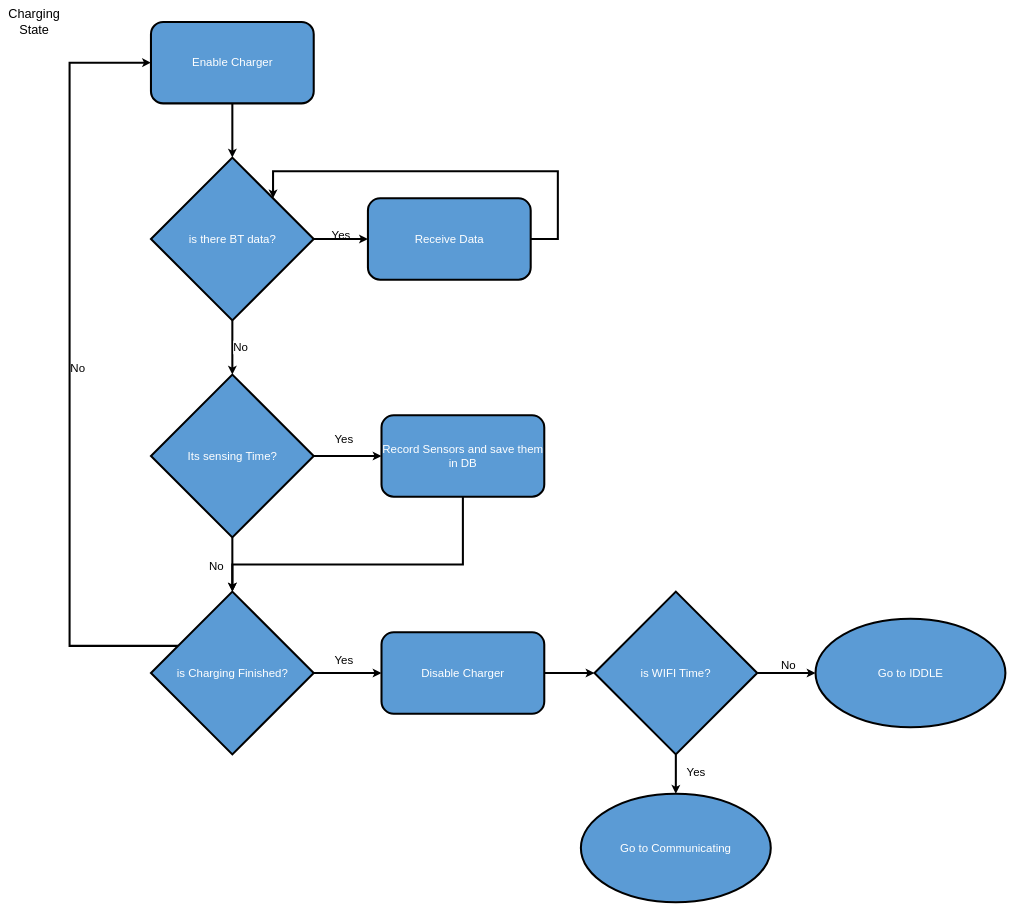
tlondero/Dise-o keeps this draw.io diagram as Utils/Drawio/Diagramas de flujo/Diagrama_de_flujo_charging.drawio. Above is the earlier version. Source tidied: cells renumbered, new cells numbered last; positions are measured from the earlier drawing's top-left corner, leaving out a move shared by most shapes. Both pictures are drawn from the tidied source at 41%, with x=0, y=0 at pixel (7, 8).
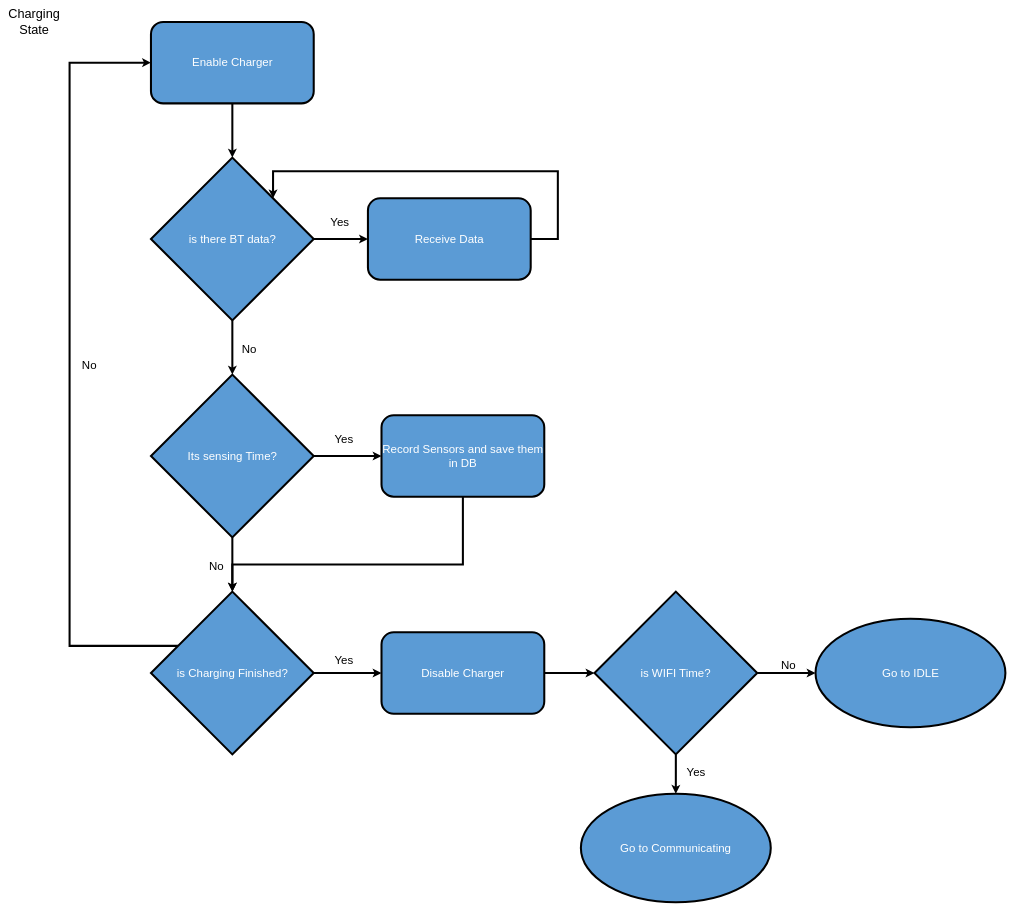
Above is the later version.

Commit message (it also covers changes not shown here):
IDDLE por IDLE

Unchanged cells that the change refers to:
```xml
<mxCell id="3" style="group;strokeWidth=5;fontSize=28;" parent="1" vertex="1">
  <mxGeometry width="2434.7" height="2180" as="geometry" />
</mxCell>
<mxCell id="5" value="Enable Charger" style="rounded=1;whiteSpace=wrap;html=1;fillColor=#5B9BD5;fontColor=#FFFFFF;strokeWidth=5;fontSize=28;" parent="3" vertex="1">
  <mxGeometry x="350.7" y="33.1" width="397" height="198.5" as="geometry" />
</mxCell>
<mxCell id="7" value="&lt;font style=&quot;font-size: 28px;&quot;&gt;is Charging Finished?&lt;/font&gt;" style="rhombus;whiteSpace=wrap;html=1;fillColor=#5B9BD5;fontColor=#FFFFFF;strokeWidth=5;fontSize=28;" parent="3" vertex="1">
  <mxGeometry x="350.7" y="1422.5" width="397" height="397" as="geometry" />
</mxCell>
<mxCell id="8" value="&lt;font style=&quot;font-size: 28px;&quot;&gt;is there BT data?&lt;/font&gt;" style="rhombus;whiteSpace=wrap;html=1;fillColor=#5B9BD5;fontColor=#FFFFFF;strokeWidth=5;fontSize=28;" parent="3" vertex="1">
  <mxGeometry x="350.7" y="363.9" width="397" height="397" as="geometry" />
</mxCell>
<mxCell id="11" value="Receive Data" style="rounded=1;whiteSpace=wrap;html=1;fillColor=#5B9BD5;fontColor=#FFFFFF;strokeWidth=5;fontSize=28;" parent="3" vertex="1">
  <mxGeometry x="879.9" y="463.1" width="397" height="198.5" as="geometry" />
</mxCell>
<mxCell id="22" value="Its sensing Time?" style="rhombus;whiteSpace=wrap;html=1;fillColor=#5B9BD5;fontColor=#FFFFFF;strokeWidth=5;fontSize=28;" parent="3" vertex="1">
  <mxGeometry x="350.7" y="893.2" width="397" height="397" as="geometry" />
</mxCell>
```

What changed in the source:
```diff
@@
     <mxCell id="6" value="No" style="edgeStyle=orthogonalEdgeStyle;rounded=0;jettySize=auto;html=1;entryX=0;entryY=0.5;entryDx=0;entryDy=0;labelBackgroundColor=none;strokeWidth=5;fontSize=28;" parent="3" edge="1" source="7" target="5">
-      <mxGeometry y="-20" relative="1" as="geometry">
+      <mxGeometry x="0.01" y="-48" relative="1" as="geometry">
         <Array as="points">
           <mxPoint x="152.2" y="1554.8" />
           <mxPoint x="152.2" y="132.3" />
         </Array>
+        <mxPoint y="1" as="offset" />
       </mxGeometry>
     </mxCell>
@@
     <mxCell id="12" value="Yes" style="edgeStyle=orthogonalEdgeStyle;rounded=0;jettySize=auto;html=1;labelBackgroundColor=none;strokeWidth=5;fontSize=28;" parent="3" edge="1" source="8" target="11">
-      <mxGeometry y="10" relative="1" as="geometry" />
+      <mxGeometry x="-0.06" y="42" relative="1" as="geometry">
+        <mxPoint x="1" as="offset" />
+      </mxGeometry>
     </mxCell>
@@
-    <mxCell id="14" value="Go to IDDLE" style="ellipse;whiteSpace=wrap;html=1;fillColor=#5B9BD5;fontColor=#FFFFFF;strokeWidth=5;fontSize=28;" parent="3" vertex="1">
+    <mxCell id="14" value="Go to IDLE" style="ellipse;whiteSpace=wrap;html=1;fillColor=#5B9BD5;fontColor=#FFFFFF;strokeWidth=5;fontSize=28;" parent="3" vertex="1">
       <mxGeometry x="1971.6" y="1488.6" width="463.1" height="264.6" as="geometry" />
     </mxCell>
@@
     <mxCell id="23" value="No" style="edgeStyle=orthogonalEdgeStyle;rounded=0;jettySize=auto;html=1;fontSize=28;strokeWidth=5;" parent="3" edge="1" source="8" target="22">
-      <mxGeometry y="20" relative="1" as="geometry" />
+      <mxGeometry x="0.05" y="41" relative="1" as="geometry">
+        <mxPoint y="1" as="offset" />
+      </mxGeometry>
     </mxCell>
```
